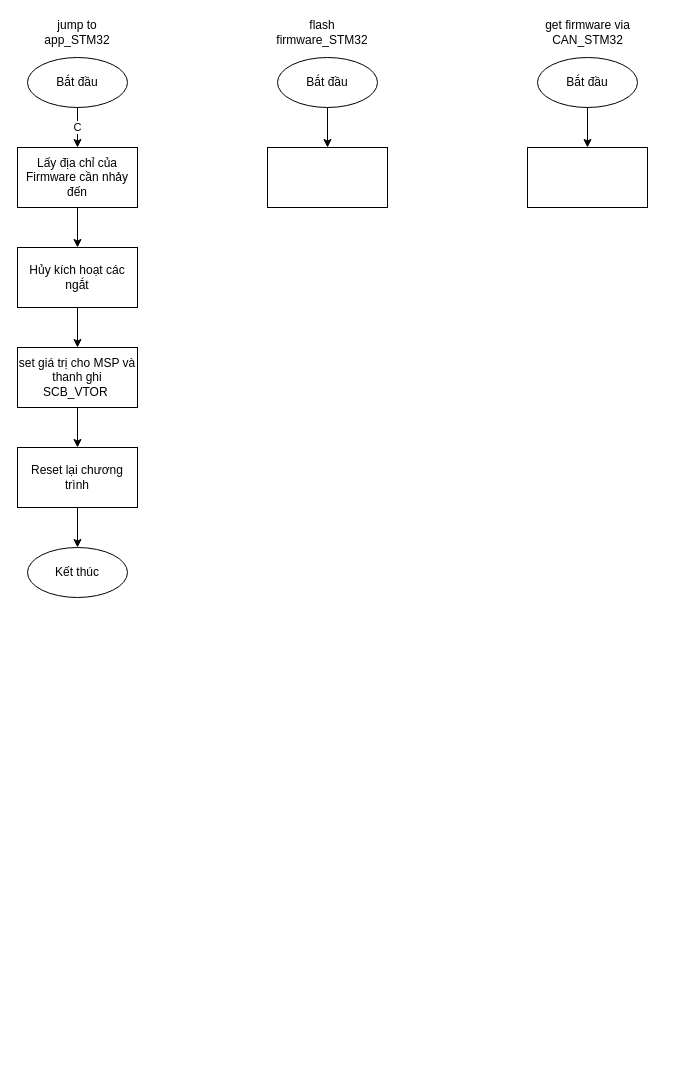
This is page "STM32" (1 of 4) of STM32_01.drawio from thanhtung386/web_iot_interface, a draw.io file, before an edit. Source tidied: cells renumbered, new cells numbered last; positions are measured from the earlier drawing's top-left corner, leaving out a move shared by most shapes. Both pictures are drawn from the tidied source at 100%, with x=0, y=0 at pixel (17, 17).
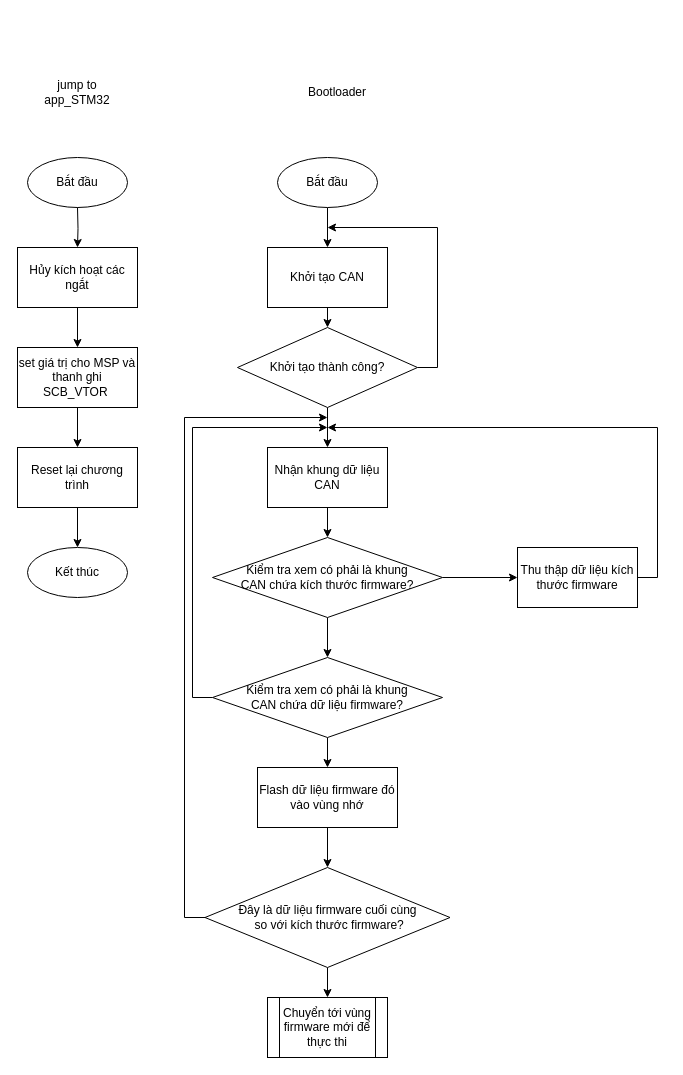
The same diagram, later.

Unchanged cells that the change refers to:
```xml
<mxCell id="8" value="Hủy kích hoạt các ngắt" style="whiteSpace=wrap;html=1;" parent="1" vertex="1">
  <mxGeometry y="230" width="120" height="60" as="geometry" />
</mxCell>
```

Change to the diagram source:
```diff
@@
-    <mxCell id="2" value="C" style="edgeStyle=orthogonalEdgeStyle;rounded=0;jettySize=auto;html=1;" parent="1" edge="1" source="3" target="6">
-      <mxGeometry relative="1" as="geometry" />
-    </mxCell>
     <mxCell id="3" value="Bắt đầu" style="ellipse;whiteSpace=wrap;html=1;" parent="1" vertex="1">
-      <mxGeometry x="10" y="40" width="100" height="50" as="geometry" />
+      <mxGeometry x="10" y="140" width="100" height="50" as="geometry" />
     </mxCell>
     <mxCell id="4" value="jump to app_STM32" style="text;html=1;align=center;verticalAlign=middle;whiteSpace=wrap;rounded=0;" parent="1" vertex="1">
-      <mxGeometry x="30" width="60" height="30" as="geometry" />
+      <mxGeometry x="30" y="60" width="60" height="30" as="geometry" />
     </mxCell>
-    <mxCell id="5" style="edgeStyle=orthogonalEdgeStyle;rounded=0;jettySize=auto;html=1;" parent="1" edge="1" source="6" target="8">
-      <mxGeometry relative="1" as="geometry" />
+    <mxCell id="5" style="edgeStyle=orthogonalEdgeStyle;rounded=0;jettySize=auto;html=1;" parent="1" edge="1" target="8">
+      <mxGeometry relative="1" as="geometry">
+        <mxPoint x="60" y="190" as="sourcePoint" />
+      </mxGeometry>
     </mxCell>
-    <mxCell id="6" value="Lấy địa chỉ của Firmware cần nhảy đến" style="whiteSpace=wrap;html=1;" parent="1" vertex="1">
-      <mxGeometry y="130" width="120" height="60" as="geometry" />
-    </mxCell>
@@
-    <mxCell id="14" style="edgeStyle=orthogonalEdgeStyle;rounded=0;jettySize=auto;html=1;" parent="1" edge="1" source="15" target="17">
-      <mxGeometry relative="1" as="geometry" />
-    </mxCell>
-    <mxCell id="15" value="Bắt đầu" style="ellipse;whiteSpace=wrap;html=1;" parent="1" vertex="1">
-      <mxGeometry x="260" y="40" width="100" height="50" as="geometry" />
-    </mxCell>
-    <mxCell id="16" value="flash firmware_STM32" style="text;html=1;align=center;verticalAlign=middle;whiteSpace=wrap;rounded=0;" parent="1" vertex="1">
-      <mxGeometry x="275" width="60" height="30" as="geometry" />
-    </mxCell>
-    <mxCell id="17" style="whiteSpace=wrap;html=1;" parent="1" vertex="1">
-      <mxGeometry x="250" y="130" width="120" height="60" as="geometry" />
-    </mxCell>
-    <mxCell id="18" style="edgeStyle=orthogonalEdgeStyle;rounded=0;jettySize=auto;html=1;" parent="1" edge="1" source="19" target="21">
-      <mxGeometry relative="1" as="geometry" />
-    </mxCell>
-    <mxCell id="19" value="Bắt đầu" style="ellipse;whiteSpace=wrap;html=1;" parent="1" vertex="1">
-      <mxGeometry x="520" y="40" width="100" height="50" as="geometry" />
-    </mxCell>
-    <mxCell id="20" value="get firmware via CAN_STM32" style="text;html=1;align=center;verticalAlign=middle;whiteSpace=wrap;rounded=0;" parent="1" vertex="1">
-      <mxGeometry x="512.5" width="115" height="30" as="geometry" />
-    </mxCell>
-    <mxCell id="21" style="whiteSpace=wrap;html=1;" parent="1" vertex="1">
-      <mxGeometry x="510" y="130" width="120" height="60" as="geometry" />
-    </mxCell>
+    <mxCell id="22" style="edgeStyle=orthogonalEdgeStyle;rounded=0;jettySize=auto;html=1;exitX=0.5;exitY=1;exitDx=0;exitDy=0;entryX=0.5;entryY=0;entryDx=0;entryDy=0;" parent="1" edge="1" source="23" target="25">
+      <mxGeometry relative="1" as="geometry" />
+    </mxCell>
+    <mxCell id="23" value="Bắt đầu" style="ellipse;whiteSpace=wrap;html=1;" parent="1" vertex="1">
+      <mxGeometry x="260" y="140" width="100" height="50" as="geometry" />
+    </mxCell>
+    <mxCell id="24" style="edgeStyle=orthogonalEdgeStyle;rounded=0;jettySize=auto;html=1;exitX=0.5;exitY=1;exitDx=0;exitDy=0;entryX=0.5;entryY=0;entryDx=0;entryDy=0;" parent="1" edge="1" source="25" target="28">
+      <mxGeometry relative="1" as="geometry" />
+    </mxCell>
+    <mxCell id="25" value="Khởi tạo CAN" style="whiteSpace=wrap;html=1;" parent="1" vertex="1">
+      <mxGeometry x="250" y="230" width="120" height="60" as="geometry" />
+    </mxCell>
+    <mxCell id="26" style="edgeStyle=orthogonalEdgeStyle;rounded=0;jettySize=auto;html=1;exitX=1;exitY=0.5;exitDx=0;exitDy=0;" parent="1" edge="1" source="28">
+      <mxGeometry relative="1" as="geometry">
+        <mxPoint x="310" y="210" as="targetPoint" />
+        <Array as="points">
+          <mxPoint x="420" y="350" />
+          <mxPoint x="420" y="210" />
+        </Array>
+      </mxGeometry>
+    </mxCell>
+    <mxCell id="27" style="edgeStyle=orthogonalEdgeStyle;rounded=0;jettySize=auto;html=1;exitX=0.5;exitY=1;exitDx=0;exitDy=0;entryX=0.5;entryY=0;entryDx=0;entryDy=0;" parent="1" edge="1" source="28" target="30">
+      <mxGeometry relative="1" as="geometry" />
+    </mxCell>
+    <mxCell id="28" value="Khởi tạo thành công?" style="rhombus;whiteSpace=wrap;html=1;" parent="1" vertex="1">
+      <mxGeometry x="220" y="310" width="180" height="80" as="geometry" />
+    </mxCell>
+    <mxCell id="29" style="edgeStyle=orthogonalEdgeStyle;rounded=0;jettySize=auto;html=1;exitX=0.5;exitY=1;exitDx=0;exitDy=0;entryX=0.5;entryY=0;entryDx=0;entryDy=0;" parent="1" edge="1" source="30" target="33">
+      <mxGeometry relative="1" as="geometry" />
+    </mxCell>
+    <mxCell id="30" value="Nhận khung dữ liệu CAN" style="rounded=0;whiteSpace=wrap;html=1;" parent="1" vertex="1">
+      <mxGeometry x="250" y="430" width="120" height="60" as="geometry" />
+    </mxCell>
+    <mxCell id="31" style="edgeStyle=orthogonalEdgeStyle;rounded=0;jettySize=auto;html=1;exitX=1;exitY=0.5;exitDx=0;exitDy=0;" parent="1" edge="1" source="33" target="35">
+      <mxGeometry relative="1" as="geometry" />
+    </mxCell>
+    <mxCell id="32" style="edgeStyle=orthogonalEdgeStyle;rounded=0;jettySize=auto;html=1;exitX=0.5;exitY=1;exitDx=0;exitDy=0;entryX=0.5;entryY=0;entryDx=0;entryDy=0;" parent="1" edge="1" source="33" target="38">
+      <mxGeometry relative="1" as="geometry" />
+    </mxCell>
+    <mxCell id="33" value="Kiểm tra xem có phải là khung&lt;div&gt;CAN chứa kích thước firmware?&lt;/div&gt;" style="rhombus;whiteSpace=wrap;html=1;" parent="1" vertex="1">
+      <mxGeometry x="195" y="520" width="230" height="80" as="geometry" />
+    </mxCell>
+    <mxCell id="34" style="edgeStyle=orthogonalEdgeStyle;rounded=0;jettySize=auto;html=1;exitX=1;exitY=0.5;exitDx=0;exitDy=0;" parent="1" edge="1" source="35">
+      <mxGeometry relative="1" as="geometry">
+        <mxPoint x="310" y="410" as="targetPoint" />
+        <Array as="points">
+          <mxPoint x="640" y="560" />
+          <mxPoint x="640" y="410" />
+        </Array>
+      </mxGeometry>
+    </mxCell>
+    <mxCell id="35" value="Thu thập dữ liệu kích thước firmware" style="rounded=0;whiteSpace=wrap;html=1;" parent="1" vertex="1">
+      <mxGeometry x="500" y="530" width="120" height="60" as="geometry" />
+    </mxCell>
+    <mxCell id="36" style="edgeStyle=orthogonalEdgeStyle;rounded=0;jettySize=auto;html=1;exitX=0;exitY=0.5;exitDx=0;exitDy=0;" parent="1" edge="1" source="38">
+      <mxGeometry relative="1" as="geometry">
+        <mxPoint x="310" y="410" as="targetPoint" />
+        <Array as="points">
+          <mxPoint x="175" y="680" />
+          <mxPoint x="175" y="410" />
+        </Array>
+      </mxGeometry>
+    </mxCell>
+    <mxCell id="37" style="edgeStyle=orthogonalEdgeStyle;rounded=0;jettySize=auto;html=1;exitX=0.5;exitY=1;exitDx=0;exitDy=0;entryX=0.5;entryY=0;entryDx=0;entryDy=0;" parent="1" edge="1" source="38" target="40">
+      <mxGeometry relative="1" as="geometry" />
+    </mxCell>
+    <mxCell id="38" value="Kiểm tra xem có phải là khung&lt;div&gt;CAN chứa dữ liệu firmware?&lt;/div&gt;" style="rhombus;whiteSpace=wrap;html=1;" parent="1" vertex="1">
+      <mxGeometry x="195" y="640" width="230" height="80" as="geometry" />
+    </mxCell>
+    <mxCell id="39" style="edgeStyle=orthogonalEdgeStyle;rounded=0;jettySize=auto;html=1;exitX=0.5;exitY=1;exitDx=0;exitDy=0;entryX=0.5;entryY=0;entryDx=0;entryDy=0;" parent="1" edge="1" source="40" target="43">
+      <mxGeometry relative="1" as="geometry" />
+    </mxCell>
+    <mxCell id="40" value="Flash dữ liệu firmware đó vào vùng nhớ" style="rounded=0;whiteSpace=wrap;html=1;" parent="1" vertex="1">
+      <mxGeometry x="240" y="750" width="140" height="60" as="geometry" />
+    </mxCell>
+    <mxCell id="41" style="edgeStyle=orthogonalEdgeStyle;rounded=0;jettySize=auto;html=1;exitX=0.5;exitY=1;exitDx=0;exitDy=0;entryX=0.5;entryY=0;entryDx=0;entryDy=0;" parent="1" edge="1" source="43" target="44">
+      <mxGeometry relative="1" as="geometry" />
+    </mxCell>
+    <mxCell id="42" style="edgeStyle=orthogonalEdgeStyle;rounded=0;jettySize=auto;html=1;exitX=0;exitY=0.5;exitDx=0;exitDy=0;" parent="1" edge="1" source="43">
+      <mxGeometry relative="1" as="geometry">
+        <mxPoint x="310" y="400" as="targetPoint" />
+        <Array as="points">
+          <mxPoint x="167" y="900" />
+          <mxPoint x="167" y="400" />
+        </Array>
+      </mxGeometry>
+    </mxCell>
+    <mxCell id="43" value="Đây là dữ liệu firmware cuối cùng&lt;div&gt;&amp;nbsp;so với kích thước firmware?&lt;/div&gt;" style="rhombus;whiteSpace=wrap;html=1;" parent="1" vertex="1">
+      <mxGeometry x="187.5" y="850" width="245" height="100" as="geometry" />
+    </mxCell>
+    <mxCell id="44" value="Chuyển tới vùng firmware mới để thực thi" style="shape=process;whiteSpace=wrap;html=1;backgroundOutline=1;" parent="1" vertex="1">
+      <mxGeometry x="250" y="980" width="120" height="60" as="geometry" />
+    </mxCell>
+    <mxCell id="45" value="Bootloader" style="text;html=1;align=center;verticalAlign=middle;whiteSpace=wrap;rounded=0;" parent="1" vertex="1">
+      <mxGeometry x="290" y="60" width="60" height="30" as="geometry" />
+    </mxCell>
```
